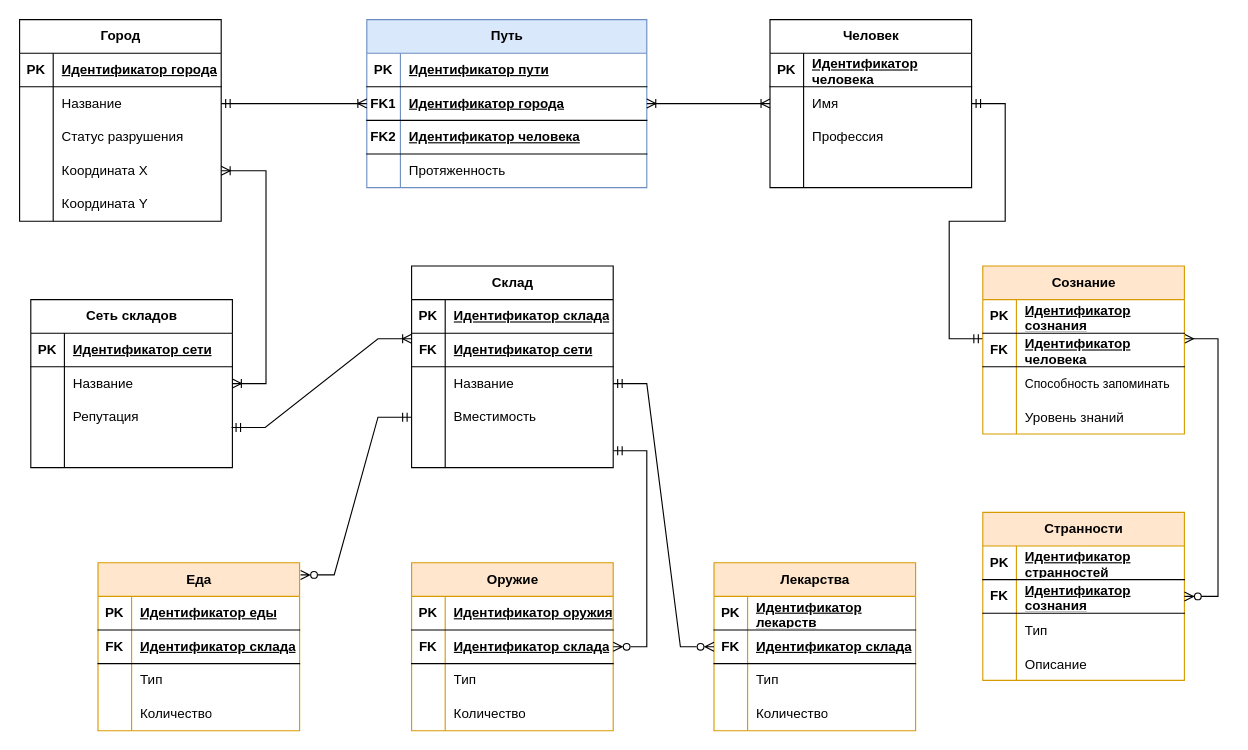
The draw.io diagram Семестр 5/ИСБД/lab1/img/infological.drawio in Ivanio1/itmo-3course, before the edit. Source tidied: cells renumbered, new cells numbered last; positions are measured from the earlier drawing's top-left corner, leaving out a move shared by most shapes. Both pictures are drawn from the tidied source at 112%, with x=0, y=0 at pixel (19, 19).
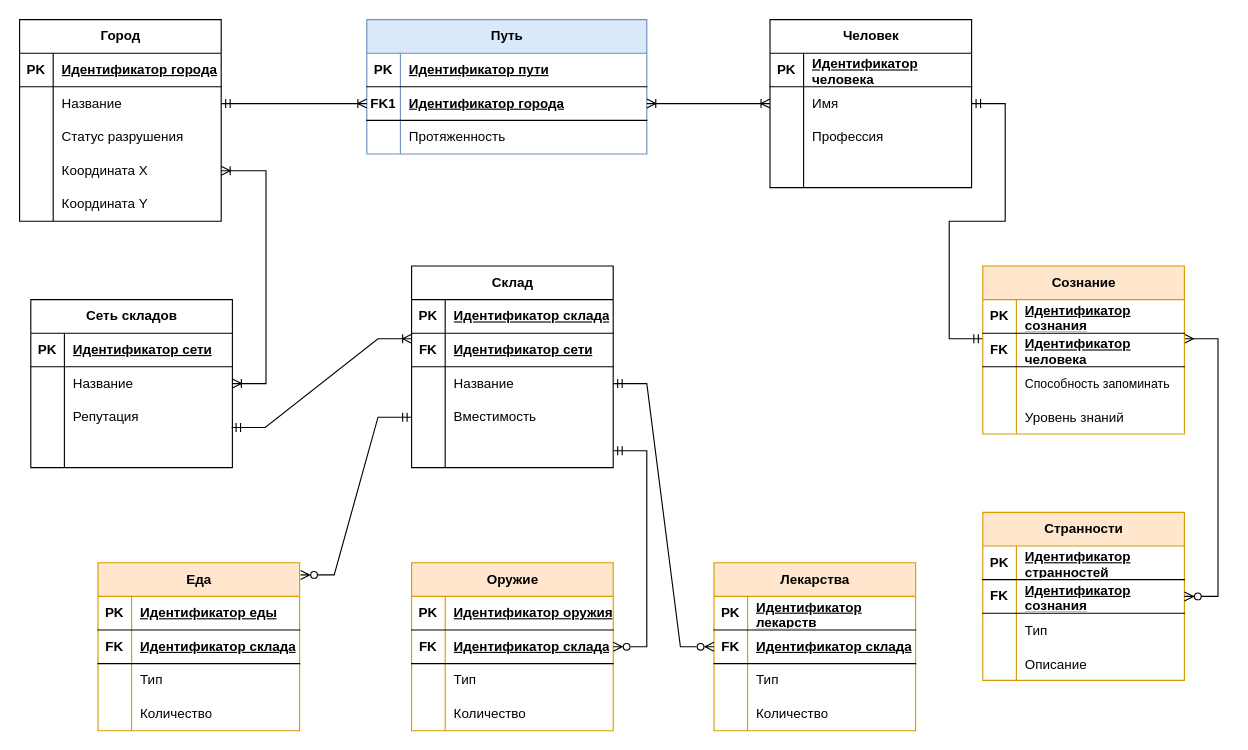
Above is the later version.

Commit message (it also covers changes not shown here):
Fix infological model

Change to the diagram source:
```diff
@@
     <mxCell id="47" value="Путь" style="shape=table;startSize=30;childLayout=tableLayout;rowLines=0;fontStyle=1;align=center;html=1;fillColor=#dae8fc;strokeColor=#6c8ebf;" parent="1" vertex="1">
-      <mxGeometry x="310" width="250" height="150" as="geometry" />
+      <mxGeometry x="310" width="250" height="120" as="geometry" />
     </mxCell>
@@
-    <mxCell id="54" style="shape=tableRow;horizontal=0;startSize=0;swimlaneHead=0;swimlaneBody=0;fillColor=none;top=0;left=0;right=0;bottom=1;" parent="47" vertex="1">
-      <mxGeometry y="90" width="250" height="30" as="geometry" />
-    </mxCell>
-    <mxCell id="55" value="FK2" style="shape=partialRectangle;fillColor=none;top=0;left=0;bottom=0;right=0;fontStyle=1;overflow=hidden;whiteSpace=wrap;html=1;" parent="54" vertex="1">
-      <mxGeometry width="30" height="30" as="geometry" />
-    </mxCell>
-    <mxCell id="56" value="Идентификатор человека" style="shape=partialRectangle;fillColor=none;top=0;left=0;bottom=0;right=0;align=left;spacingLeft=6;fontStyle=5;overflow=hidden;whiteSpace=wrap;html=1;" parent="54" vertex="1">
-      <mxGeometry x="30" width="220" height="30" as="geometry" />
-    </mxCell>
     <mxCell id="57" style="shape=tableRow;horizontal=0;startSize=0;swimlaneHead=0;swimlaneBody=0;fillColor=none;top=0;left=0;right=0;bottom=0;" parent="47" vertex="1">
-      <mxGeometry y="120" width="250" height="30" as="geometry" />
+      <mxGeometry y="90" width="250" height="30" as="geometry" />
     </mxCell>
```
